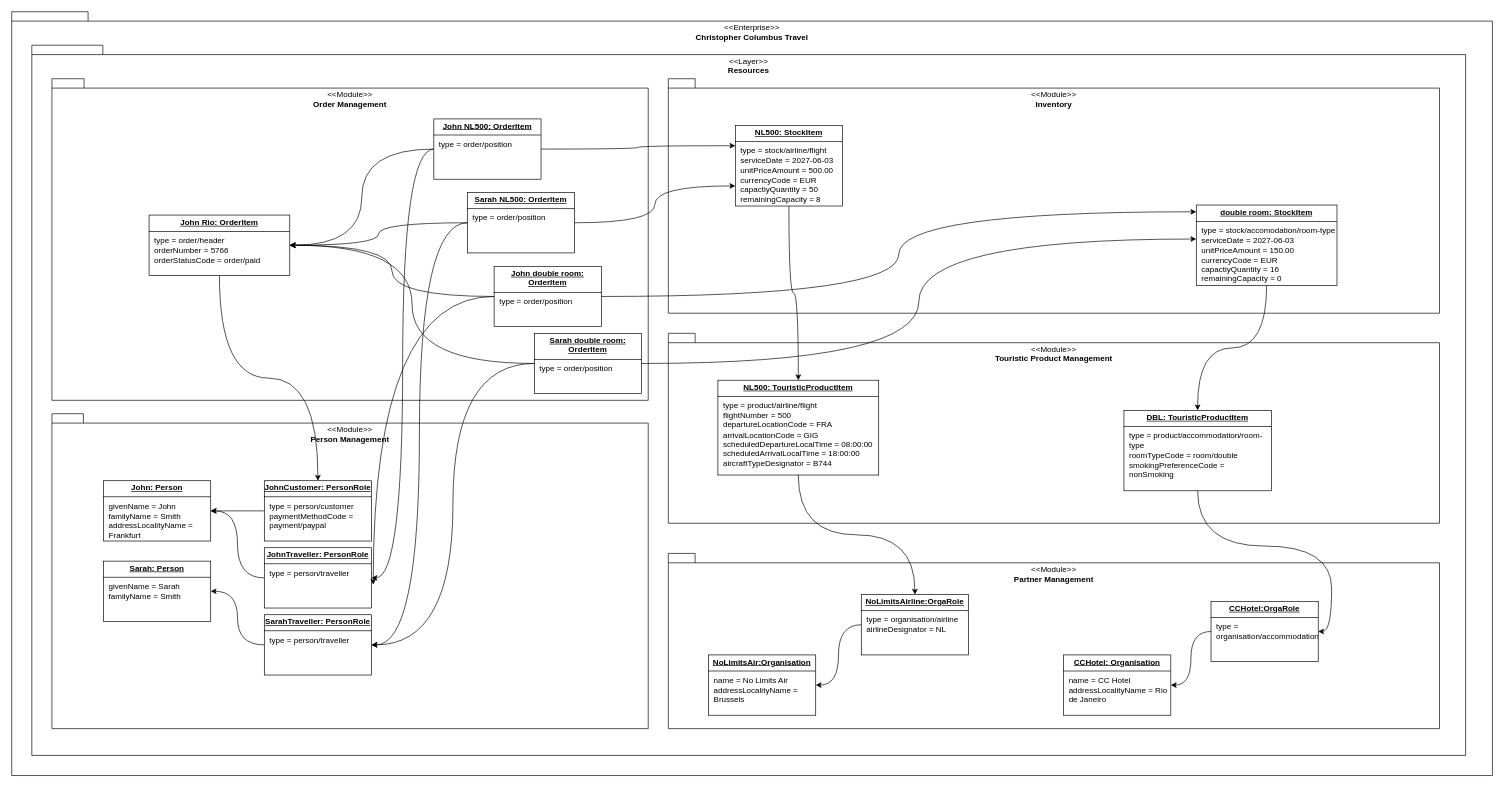
Above: docs/architecture/entity-model/objects.drawio in hochschule-darmstadt/a3se_app (draw.io), before the change. Source tidied: cells renumbered, new cells numbered last; positions are measured from the earlier drawing's top-left corner, leaving out a move shared by most shapes. Both pictures are drawn from the tidied source at 67%, with x=0, y=0 at pixel (11, 11).
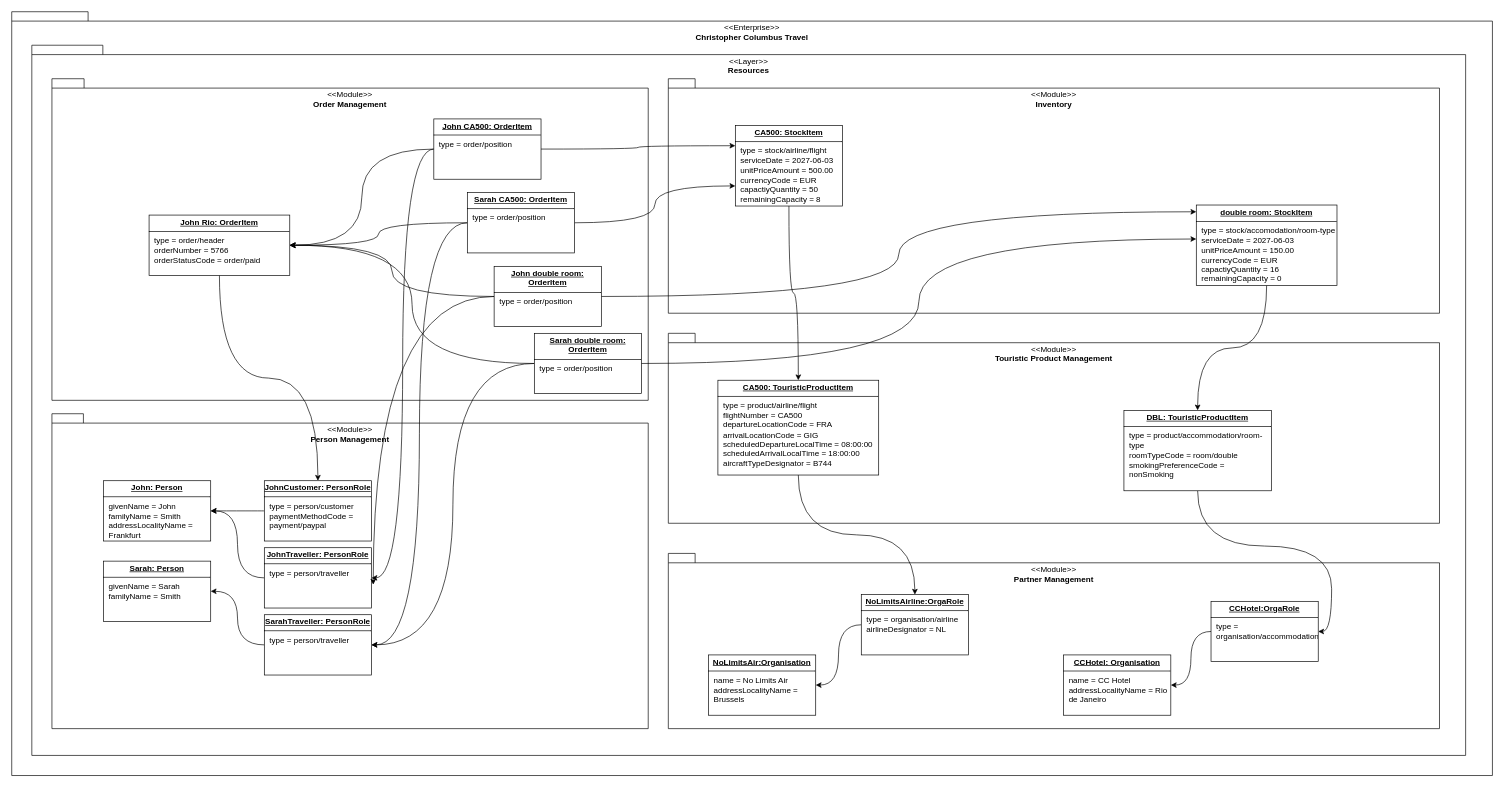
The same diagram, later.

What changed in the source:
```diff
@@
-    <mxCell id="15" value="&lt;p style=&quot;margin:0px;margin-top:4px;text-align:center;text-decoration:underline;&quot;&gt;&lt;b&gt;NL500: TouristicProductItem&lt;/b&gt;&lt;/p&gt;&lt;hr size=&quot;1&quot; style=&quot;border-style:solid;&quot;&gt;&lt;p style=&quot;margin:0px;margin-left:8px;&quot;&gt;type = product/airline/flight&lt;/p&gt;&lt;p style=&quot;margin: 0px 0px 0px 8px;&quot;&gt;flightNumber = 500&lt;/p&gt;&lt;p style=&quot;margin:0px;margin-left:8px;&quot;&gt;departureLocationCode = FRA&lt;/p&gt;&lt;p style=&quot;margin:0px;margin-left:8px;&quot;&gt;arrivalLocationCode = GIG&lt;/p&gt;&lt;p style=&quot;margin:0px;margin-left:8px;&quot;&gt;&lt;span style=&quot;background-color: transparent; color: light-dark(rgb(0, 0, 0), rgb(255, 255, 255));&quot;&gt;scheduledDepartureLocalTime = 08:00:00&lt;/span&gt;&lt;/p&gt;&lt;p style=&quot;margin: 0px 0px 0px 8px;&quot;&gt;scheduledArrivalLocalTime = &lt;span style=&quot;background-color: transparent; color: light-dark(rgb(0, 0, 0), rgb(255, 255, 255));&quot;&gt;18:00:00&lt;/span&gt;&lt;/p&gt;&lt;p style=&quot;margin: 0px 0px 0px 8px;&quot;&gt;&lt;span style=&quot;background-color: transparent; color: light-dark(rgb(0, 0, 0), rgb(255, 255, 255));&quot;&gt;aircraftTypeDesignator = B744&lt;/span&gt;&lt;/p&gt;" style="verticalAlign=top;align=left;overflow=fill;html=1;whiteSpace=wrap;" parent="1" vertex="1">
+    <mxCell id="15" value="&lt;p style=&quot;margin:0px;margin-top:4px;text-align:center;text-decoration:underline;&quot;&gt;&lt;b&gt;CA500: TouristicProductItem&lt;/b&gt;&lt;/p&gt;&lt;hr size=&quot;1&quot; style=&quot;border-style:solid;&quot;&gt;&lt;p style=&quot;margin:0px;margin-left:8px;&quot;&gt;type = product/airline/flight&lt;/p&gt;&lt;p style=&quot;margin: 0px 0px 0px 8px;&quot;&gt;flightNumber = CA500&lt;/p&gt;&lt;p style=&quot;margin:0px;margin-left:8px;&quot;&gt;departureLocationCode = FRA&lt;/p&gt;&lt;p style=&quot;margin:0px;margin-left:8px;&quot;&gt;arrivalLocationCode = GIG&lt;/p&gt;&lt;p style=&quot;margin:0px;margin-left:8px;&quot;&gt;&lt;span style=&quot;background-color: transparent; color: light-dark(rgb(0, 0, 0), rgb(255, 255, 255));&quot;&gt;scheduledDepartureLocalTime = 08:00:00&lt;/span&gt;&lt;/p&gt;&lt;p style=&quot;margin: 0px 0px 0px 8px;&quot;&gt;scheduledArrivalLocalTime = &lt;span style=&quot;background-color: transparent; color: light-dark(rgb(0, 0, 0), rgb(255, 255, 255));&quot;&gt;18:00:00&lt;/span&gt;&lt;/p&gt;&lt;p style=&quot;margin: 0px 0px 0px 8px;&quot;&gt;&lt;span style=&quot;background-color: transparent; color: light-dark(rgb(0, 0, 0), rgb(255, 255, 255));&quot;&gt;aircraftTypeDesignator = B744&lt;/span&gt;&lt;/p&gt;" style="verticalAlign=top;align=left;overflow=fill;html=1;whiteSpace=wrap;" parent="1" vertex="1">
       <mxGeometry x="1054" y="550" width="240" height="141.5" as="geometry" />
     </mxCell>
@@
-    <mxCell id="24" value="&lt;p style=&quot;margin:0px;margin-top:4px;text-align:center;text-decoration:underline;&quot;&gt;&lt;b&gt;NL500: StockItem&lt;/b&gt;&lt;/p&gt;&lt;hr size=&quot;1&quot; style=&quot;border-style:solid;&quot;&gt;&lt;p style=&quot;margin:0px;margin-left:8px;&quot;&gt;type = stock/airline/flight&lt;/p&gt;&lt;p style=&quot;margin:0px;margin-left:8px;&quot;&gt;serviceDate =&amp;nbsp;&lt;span style=&quot;background-color: transparent; color: light-dark(rgb(0, 0, 0), rgb(255, 255, 255));&quot;&gt;2027-06-03&lt;/span&gt;&lt;/p&gt;&lt;p style=&quot;margin:0px;margin-left:8px;&quot;&gt;unitPriceAmount = 500.00&lt;br&gt;currencyCode = EUR&lt;/p&gt;&lt;p style=&quot;margin:0px;margin-left:8px;&quot;&gt;capactiyQuantity = 50&lt;/p&gt;&lt;p style=&quot;margin:0px;margin-left:8px;&quot;&gt;remainingCapacity = 8&lt;/p&gt;" style="verticalAlign=top;align=left;overflow=fill;html=1;whiteSpace=wrap;" parent="1" vertex="1">
+    <mxCell id="24" value="&lt;p style=&quot;margin:0px;margin-top:4px;text-align:center;text-decoration:underline;&quot;&gt;&lt;b&gt;CA500: StockItem&lt;/b&gt;&lt;/p&gt;&lt;hr size=&quot;1&quot; style=&quot;border-style:solid;&quot;&gt;&lt;p style=&quot;margin:0px;margin-left:8px;&quot;&gt;type = stock/airline/flight&lt;/p&gt;&lt;p style=&quot;margin:0px;margin-left:8px;&quot;&gt;serviceDate =&amp;nbsp;&lt;span style=&quot;background-color: transparent; color: light-dark(rgb(0, 0, 0), rgb(255, 255, 255));&quot;&gt;2027-06-03&lt;/span&gt;&lt;/p&gt;&lt;p style=&quot;margin:0px;margin-left:8px;&quot;&gt;unitPriceAmount = 500.00&lt;br&gt;currencyCode = EUR&lt;/p&gt;&lt;p style=&quot;margin:0px;margin-left:8px;&quot;&gt;capactiyQuantity = 50&lt;/p&gt;&lt;p style=&quot;margin:0px;margin-left:8px;&quot;&gt;remainingCapacity = 8&lt;/p&gt;" style="verticalAlign=top;align=left;overflow=fill;html=1;whiteSpace=wrap;" parent="1" vertex="1">
       <mxGeometry x="1080" y="170" width="160" height="120" as="geometry" />
     </mxCell>
@@
-    <mxCell id="36" value="&lt;p style=&quot;margin:0px;margin-top:4px;text-align:center;text-decoration:underline;&quot;&gt;&lt;b&gt;John NL500: OrderItem&lt;/b&gt;&lt;/p&gt;&lt;hr size=&quot;1&quot; style=&quot;border-style:solid;&quot;&gt;&lt;p style=&quot;margin:0px;margin-left:8px;&quot;&gt;type = order/position&lt;/p&gt;" style="verticalAlign=top;align=left;overflow=fill;html=1;whiteSpace=wrap;" parent="1" vertex="1">
+    <mxCell id="36" value="&lt;p style=&quot;margin:0px;margin-top:4px;text-align:center;text-decoration:underline;&quot;&gt;&lt;b&gt;John CA500: OrderItem&lt;/b&gt;&lt;/p&gt;&lt;hr size=&quot;1&quot; style=&quot;border-style:solid;&quot;&gt;&lt;p style=&quot;margin:0px;margin-left:8px;&quot;&gt;type = order/position&lt;/p&gt;" style="verticalAlign=top;align=left;overflow=fill;html=1;whiteSpace=wrap;" parent="1" vertex="1">
       <mxGeometry x="630" y="160" width="160" height="90" as="geometry" />
     </mxCell>
@@
-    <mxCell id="40" value="&lt;p style=&quot;margin:0px;margin-top:4px;text-align:center;text-decoration:underline;&quot;&gt;&lt;b&gt;Sarah NL500: OrderItem&lt;/b&gt;&lt;/p&gt;&lt;hr size=&quot;1&quot; style=&quot;border-style:solid;&quot;&gt;&lt;p style=&quot;margin:0px;margin-left:8px;&quot;&gt;type =&amp;nbsp;&lt;span style=&quot;background-color: transparent; color: light-dark(rgb(0, 0, 0), rgb(255, 255, 255));&quot;&gt;order/position&lt;/span&gt;&lt;/p&gt;" style="verticalAlign=top;align=left;overflow=fill;html=1;whiteSpace=wrap;" parent="1" vertex="1">
+    <mxCell id="40" value="&lt;p style=&quot;margin:0px;margin-top:4px;text-align:center;text-decoration:underline;&quot;&gt;&lt;b&gt;Sarah CA500: OrderItem&lt;/b&gt;&lt;/p&gt;&lt;hr size=&quot;1&quot; style=&quot;border-style:solid;&quot;&gt;&lt;p style=&quot;margin:0px;margin-left:8px;&quot;&gt;type =&amp;nbsp;&lt;span style=&quot;background-color: transparent; color: light-dark(rgb(0, 0, 0), rgb(255, 255, 255));&quot;&gt;order/position&lt;/span&gt;&lt;/p&gt;" style="verticalAlign=top;align=left;overflow=fill;html=1;whiteSpace=wrap;" parent="1" vertex="1">
       <mxGeometry x="680" y="270" width="160" height="90" as="geometry" />
     </mxCell>
```
